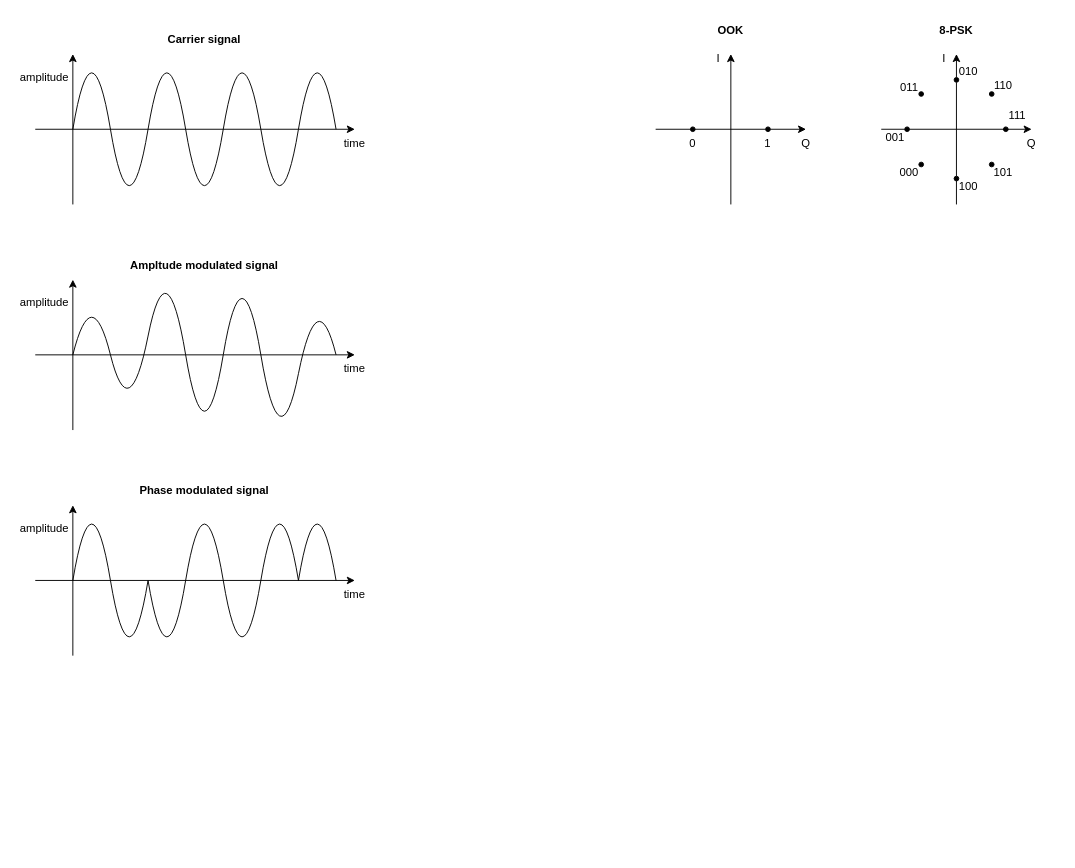
Earlier version of the draw.io diagram page "Help img" (8 of 8) of diagram.drawio (jurkovicmartin/Bakal-ka). Source tidied: cells renumbered, new cells numbered last; positions are measured from the earlier drawing's top-left corner, leaving out a move shared by most shapes. Both pictures are drawn from the tidied source at 94%, with x=0, y=0 at pixel (16, 16).
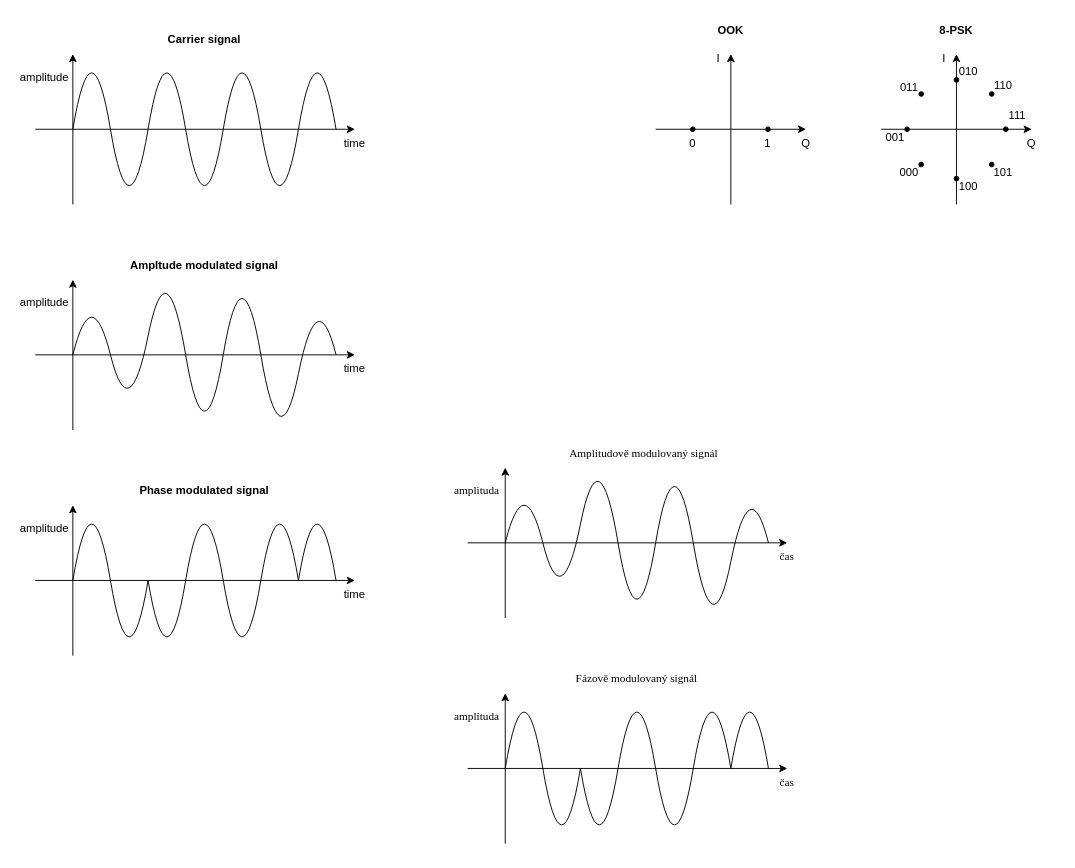
The same page after the edit.

Diff of the diagram source:
```diff
@@
+    <mxCell id="58" style="endArrow=classic;html=1;rounded=0;" parent="1" edge="1">
+      <mxGeometry relative="1" as="geometry">
+        <mxPoint x="480" y="560" as="sourcePoint" />
+        <mxPoint x="820" y="560" as="targetPoint" />
+      </mxGeometry>
+    </mxCell>
+    <mxCell id="59" style="endArrow=classic;html=1;rounded=0;" parent="1" edge="1">
+      <mxGeometry relative="1" as="geometry">
+        <mxPoint x="520" y="640" as="sourcePoint" />
+        <mxPoint x="520" y="480" as="targetPoint" />
+      </mxGeometry>
+    </mxCell>
+    <mxCell id="60" style="curved=1;endArrow=none;html=1;rounded=0;endFill=0;" parent="1" edge="1">
+      <mxGeometry relative="1" as="geometry">
+        <mxPoint x="520" y="560" as="sourcePoint" />
+        <mxPoint x="800" y="560" as="targetPoint" />
+        <Array as="points">
+          <mxPoint x="540" y="480" />
+          <mxPoint x="580" y="640" />
+          <mxPoint x="620" y="440" />
+          <mxPoint x="660" y="680" />
+          <mxPoint x="700" y="440" />
+          <mxPoint x="740" y="680" />
+          <mxPoint x="780" y="480" />
+        </Array>
+      </mxGeometry>
+    </mxCell>
+    <mxCell id="61" style="endArrow=classic;html=1;rounded=0;" parent="1" edge="1">
+      <mxGeometry relative="1" as="geometry">
+        <mxPoint x="480" y="800" as="sourcePoint" />
+        <mxPoint x="820" y="800" as="targetPoint" />
+      </mxGeometry>
+    </mxCell>
+    <mxCell id="62" style="endArrow=classic;html=1;rounded=0;" parent="1" edge="1">
+      <mxGeometry relative="1" as="geometry">
+        <mxPoint x="520" y="880" as="sourcePoint" />
+        <mxPoint x="520" y="720" as="targetPoint" />
+      </mxGeometry>
+    </mxCell>
+    <mxCell id="63" style="curved=1;endArrow=none;html=1;rounded=0;endFill=0;" parent="1" edge="1">
+      <mxGeometry relative="1" as="geometry">
+        <mxPoint x="520" y="800" as="sourcePoint" />
+        <mxPoint x="600" y="800" as="targetPoint" />
+        <Array as="points">
+          <mxPoint x="540" y="680" />
+          <mxPoint x="580" y="920" />
+        </Array>
+      </mxGeometry>
+    </mxCell>
+    <mxCell id="64" style="curved=1;endArrow=none;html=1;rounded=0;endFill=0;" parent="1" edge="1">
+      <mxGeometry relative="1" as="geometry">
+        <mxPoint x="600" y="800" as="sourcePoint" />
+        <mxPoint x="680" y="800" as="targetPoint" />
+        <Array as="points">
+          <mxPoint x="620" y="920" />
+          <mxPoint x="660" y="680" />
+        </Array>
+      </mxGeometry>
+    </mxCell>
+    <mxCell id="65" style="curved=1;endArrow=none;html=1;rounded=0;endFill=0;" parent="1" edge="1">
+      <mxGeometry relative="1" as="geometry">
+        <mxPoint x="680" y="800" as="sourcePoint" />
+        <mxPoint x="760" y="800" as="targetPoint" />
+        <Array as="points">
+          <mxPoint x="700" y="920" />
+          <mxPoint x="740" y="680" />
+        </Array>
+      </mxGeometry>
+    </mxCell>
+    <mxCell id="66" style="curved=1;endArrow=none;html=1;rounded=0;endFill=0;" parent="1" edge="1">
+      <mxGeometry relative="1" as="geometry">
+        <mxPoint x="760" y="800" as="sourcePoint" />
+        <mxPoint x="800" y="800" as="targetPoint" />
+        <Array as="points">
+          <mxPoint x="780" y="680" />
+        </Array>
+      </mxGeometry>
+    </mxCell>
+    <mxCell id="67" value="&lt;span style=&quot;font-weight: normal;&quot;&gt;&lt;font face=&quot;Times New Roman&quot;&gt;čas&lt;/font&gt;&lt;/span&gt;" style="text;html=1;align=center;verticalAlign=middle;whiteSpace=wrap;rounded=0;fontStyle=1;" parent="1" vertex="1">
+      <mxGeometry x="790" y="560" width="60" height="30" as="geometry" />
+    </mxCell>
+    <mxCell id="68" value="&lt;font face=&quot;Times New Roman&quot;&gt;&lt;span style=&quot;font-weight: 400;&quot;&gt;čas&lt;/span&gt;&lt;/font&gt;" style="text;html=1;align=center;verticalAlign=middle;whiteSpace=wrap;rounded=0;fontStyle=1;" parent="1" vertex="1">
+      <mxGeometry x="790" y="800" width="60" height="30" as="geometry" />
+    </mxCell>
+    <mxCell id="69" value="&lt;font face=&quot;Times New Roman&quot;&gt;amplituda&lt;/font&gt;" style="text;html=1;align=center;verticalAlign=middle;whiteSpace=wrap;rounded=0;" parent="1" vertex="1">
+      <mxGeometry x="460" y="490" width="60" height="30" as="geometry" />
+    </mxCell>
+    <mxCell id="70" value="amplituda" style="text;html=1;align=center;verticalAlign=middle;whiteSpace=wrap;rounded=0;fontFamily=Times New Roman;" parent="1" vertex="1">
+      <mxGeometry x="460" y="730" width="60" height="30" as="geometry" />
+    </mxCell>
+    <mxCell id="71" value="&lt;font face=&quot;Times New Roman&quot;&gt;Amplitudově modulovaný signál&lt;/font&gt;" style="text;html=1;align=center;verticalAlign=middle;whiteSpace=wrap;rounded=0;" parent="1" vertex="1">
+      <mxGeometry x="560" y="450" width="215" height="30" as="geometry" />
+    </mxCell>
+    <mxCell id="72" value="&lt;font style=&quot;&quot; face=&quot;Times New Roman&quot;&gt;Fázově modulovaný signál&lt;/font&gt;" style="text;html=1;align=center;verticalAlign=middle;whiteSpace=wrap;rounded=0;" parent="1" vertex="1">
+      <mxGeometry x="575" y="690" width="170" height="30" as="geometry" />
+    </mxCell>
```
